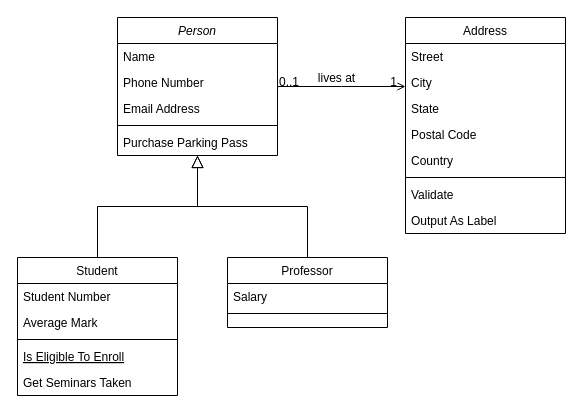
Above: herencia-simple/herencia_simple.drawio in andmansim/Ejercicios-de-Herencias-de-POO (draw.io), before the change. Source tidied: cells renumbered, new cells numbered last; positions are measured from the earlier drawing's top-left corner, leaving out a move shared by most shapes. Both pictures are drawn from the tidied source at 100%, with x=0, y=0 at pixel (17, 17).
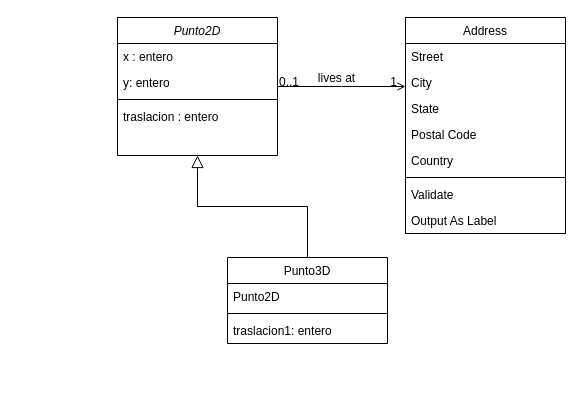
The same diagram, later.

The edit, as a diff of the source:
```diff
@@
-    <mxCell id="2" value="Person" style="swimlane;fontStyle=2;align=center;verticalAlign=top;horizontal=1;startSize=26;rounded=0;shadow=0;strokeWidth=1;" parent="1" vertex="1">
+    <mxCell id="2" value="Punto2D" style="swimlane;fontStyle=2;align=center;verticalAlign=top;horizontal=1;startSize=26;rounded=0;shadow=0;strokeWidth=1;" parent="1" vertex="1">
       <mxGeometry x="100" width="160" height="138" as="geometry" />
     </mxCell>
-    <mxCell id="3" value="Name" style="text;align=left;verticalAlign=top;spacingLeft=4;spacingRight=4;overflow=hidden;" parent="2" vertex="1">
+    <mxCell id="3" value="x : entero" style="text;align=left;verticalAlign=top;spacingLeft=4;spacingRight=4;overflow=hidden;" parent="2" vertex="1">
       <mxGeometry y="26" width="160" height="26" as="geometry" />
     </mxCell>
-    <mxCell id="4" value="Phone Number" style="text;align=left;verticalAlign=top;spacingLeft=4;spacingRight=4;overflow=hidden;rounded=0;shadow=0;html=0;" parent="2" vertex="1">
+    <mxCell id="4" value="y: entero" style="text;align=left;verticalAlign=top;spacingLeft=4;spacingRight=4;overflow=hidden;rounded=0;shadow=0;html=0;" parent="2" vertex="1">
       <mxGeometry y="52" width="160" height="26" as="geometry" />
     </mxCell>
-    <mxCell id="5" value="Email Address" style="text;align=left;verticalAlign=top;spacingLeft=4;spacingRight=4;overflow=hidden;rounded=0;shadow=0;html=0;" parent="2" vertex="1">
-      <mxGeometry y="78" width="160" height="26" as="geometry" />
-    </mxCell>
     <mxCell id="6" style="line;html=1;strokeWidth=1;align=left;verticalAlign=middle;spacingTop=-1;spacingLeft=3;spacingRight=3;labelPosition=right;" parent="2" vertex="1">
-      <mxGeometry y="104" width="160" height="8" as="geometry" />
+      <mxGeometry y="78" width="160" height="8" as="geometry" />
     </mxCell>
-    <mxCell id="7" value="Purchase Parking Pass" style="text;align=left;verticalAlign=top;spacingLeft=4;spacingRight=4;overflow=hidden;" parent="2" vertex="1">
-      <mxGeometry y="112" width="160" height="26" as="geometry" />
+    <mxCell id="7" value="traslacion : entero" style="text;align=left;verticalAlign=top;spacingLeft=4;spacingRight=4;overflow=hidden;" parent="2" vertex="1">
+      <mxGeometry y="86" width="160" height="26" as="geometry" />
     </mxCell>
-    <mxCell id="8" value="Student" style="swimlane;fontStyle=0;align=center;verticalAlign=top;horizontal=1;startSize=26;rounded=0;shadow=0;strokeWidth=1;" parent="1" vertex="1">
-      <mxGeometry y="240" width="160" height="138" as="geometry" />
-    </mxCell>
-    <mxCell id="9" value="Student Number" style="text;align=left;verticalAlign=top;spacingLeft=4;spacingRight=4;overflow=hidden;" parent="8" vertex="1">
-      <mxGeometry y="26" width="160" height="26" as="geometry" />
-    </mxCell>
-    <mxCell id="10" value="Average Mark" style="text;align=left;verticalAlign=top;spacingLeft=4;spacingRight=4;overflow=hidden;rounded=0;shadow=0;html=0;" parent="8" vertex="1">
-      <mxGeometry y="52" width="160" height="26" as="geometry" />
-    </mxCell>
-    <mxCell id="11" style="line;html=1;strokeWidth=1;align=left;verticalAlign=middle;spacingTop=-1;spacingLeft=3;spacingRight=3;labelPosition=right;" parent="8" vertex="1">
-      <mxGeometry y="78" width="160" height="8" as="geometry" />
-    </mxCell>
-    <mxCell id="12" value="Is Eligible To Enroll" style="text;align=left;verticalAlign=top;spacingLeft=4;spacingRight=4;overflow=hidden;fontStyle=4;" parent="8" vertex="1">
-      <mxGeometry y="86" width="160" height="26" as="geometry" />
-    </mxCell>
-    <mxCell id="13" value="Get Seminars Taken" style="text;align=left;verticalAlign=top;spacingLeft=4;spacingRight=4;overflow=hidden;" parent="8" vertex="1">
-      <mxGeometry y="112" width="160" height="26" as="geometry" />
-    </mxCell>
-    <mxCell id="14" style="endArrow=block;endSize=10;endFill=0;shadow=0;strokeWidth=1;rounded=0;edgeStyle=elbowEdgeStyle;elbow=vertical;" parent="1" edge="1" source="8" target="2">
-      <mxGeometry relative="1" as="geometry" />
-    </mxCell>
-    <mxCell id="15" value="Professor" style="swimlane;fontStyle=0;align=center;verticalAlign=top;horizontal=1;startSize=26;rounded=0;shadow=0;strokeWidth=1;" parent="1" vertex="1">
-      <mxGeometry x="210" y="240" width="160" height="70" as="geometry" />
+    <mxCell id="15" value="Punto3D" style="swimlane;fontStyle=0;align=center;verticalAlign=top;horizontal=1;startSize=26;rounded=0;shadow=0;strokeWidth=1;" parent="1" vertex="1">
+      <mxGeometry x="210" y="240" width="160" height="86" as="geometry" />
     </mxCell>
-    <mxCell id="16" value="Salary" style="text;align=left;verticalAlign=top;spacingLeft=4;spacingRight=4;overflow=hidden;" parent="15" vertex="1">
+    <mxCell id="16" value="Punto2D" style="text;align=left;verticalAlign=top;spacingLeft=4;spacingRight=4;overflow=hidden;" parent="15" vertex="1">
       <mxGeometry y="26" width="160" height="26" as="geometry" />
     </mxCell>
@@
+    <mxCell id="32" value="traslacion1: entero" style="text;align=left;verticalAlign=top;spacingLeft=4;spacingRight=4;overflow=hidden;" parent="15" vertex="1">
+      <mxGeometry y="60" width="160" height="26" as="geometry" />
+    </mxCell>
```
